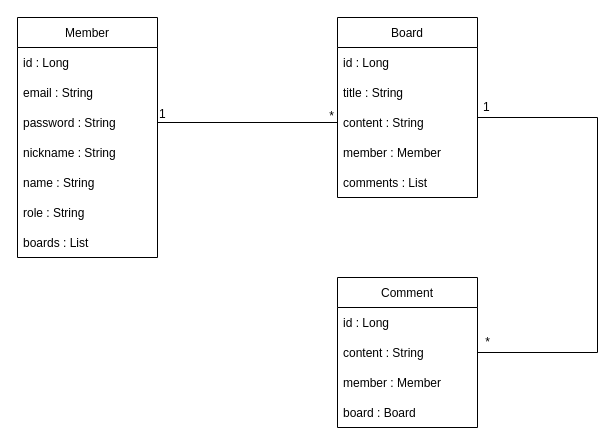
Before: SecondProject/Second_Entity.drawio in jungwoo-0530/Study, a draw.io diagram. Source tidied: cells renumbered, new cells numbered last; positions are measured from the earlier drawing's top-left corner, leaving out a move shared by most shapes. Both pictures are drawn from the tidied source at 100%, with x=0, y=0 at pixel (17, 17).
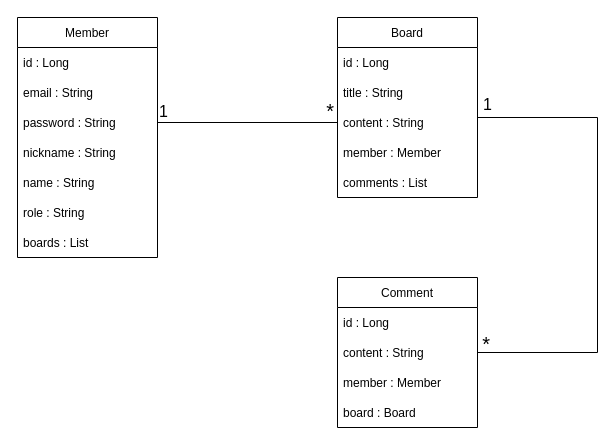
After the change.

The change refers to these unchanged cells:
```xml
<mxCell id="21" style="endArrow=none;html=1;rounded=0;fontFamily=Helvetica;fontSize=12;fontColor=default;exitX=1;exitY=0.5;exitDx=0;exitDy=0;entryX=0;entryY=0.5;entryDx=0;entryDy=0;" parent="1" edge="1" source="5" target="13">
  <mxGeometry relative="1" as="geometry" />
</mxCell>
<mxCell id="24" style="endArrow=none;html=1;rounded=0;fontFamily=Helvetica;fontSize=12;fontColor=default;entryX=1;entryY=0.5;entryDx=0;entryDy=0;" parent="1" edge="1" target="18">
  <mxGeometry relative="1" as="geometry">
    <mxPoint x="460" y="100" as="sourcePoint" />
    <Array as="points">
      <mxPoint x="580" y="100" />
      <mxPoint x="580" y="335" />
    </Array>
  </mxGeometry>
</mxCell>
```

The edit, as a diff of the source:
```diff
@@
-    <mxCell id="22" value="1" style="html=1;align=left;verticalAlign=bottom;fontFamily=Helvetica;fontSize=12;fontColor=default;strokeColor=default;fillColor=none;" parent="21" vertex="1">
+    <mxCell id="22" value="1" style="html=1;align=left;verticalAlign=bottom;fontFamily=Helvetica;fontSize=16;fontColor=default;strokeColor=default;fillColor=none;" parent="21" vertex="1">
       <mxGeometry x="-1" relative="1" as="geometry" />
     </mxCell>
-    <mxCell id="23" value="*" style="html=1;align=right;verticalAlign=bottom;fontFamily=Helvetica;fontSize=12;fontColor=default;strokeColor=default;fillColor=none;" parent="21" vertex="1">
+    <mxCell id="23" value="*" style="html=1;align=right;verticalAlign=bottom;fontFamily=Helvetica;fontSize=20;fontColor=default;strokeColor=default;fillColor=none;" parent="21" vertex="1">
       <mxGeometry x="1" relative="1" as="geometry">
         <mxPoint x="-3" y="2" as="offset" />
       </mxGeometry>
     </mxCell>
@@
-    <mxCell id="25" value="1" style="html=1;align=left;verticalAlign=bottom;fontFamily=Helvetica;fontSize=12;fontColor=default;strokeColor=default;fillColor=none;" parent="24" vertex="1">
+    <mxCell id="25" value="1" style="html=1;align=left;verticalAlign=bottom;fontFamily=Helvetica;fontSize=16;fontColor=default;strokeColor=default;fillColor=none;" parent="24" vertex="1">
       <mxGeometry x="-1" relative="1" as="geometry">
         <mxPoint x="4" y="-2" as="offset" />
       </mxGeometry>
     </mxCell>
-    <mxCell id="26" value="*" style="html=1;align=right;verticalAlign=bottom;fontFamily=Helvetica;fontSize=12;fontColor=default;strokeColor=default;fillColor=none;" parent="24" vertex="1">
+    <mxCell id="26" value="*" style="html=1;align=right;verticalAlign=bottom;fontFamily=Helvetica;fontSize=20;fontColor=default;strokeColor=default;fillColor=none;" parent="24" vertex="1">
       <mxGeometry x="1" relative="1" as="geometry">
-        <mxPoint x="13" y="-2" as="offset" />
+        <mxPoint x="13" y="5" as="offset" />
       </mxGeometry>
     </mxCell>
```
